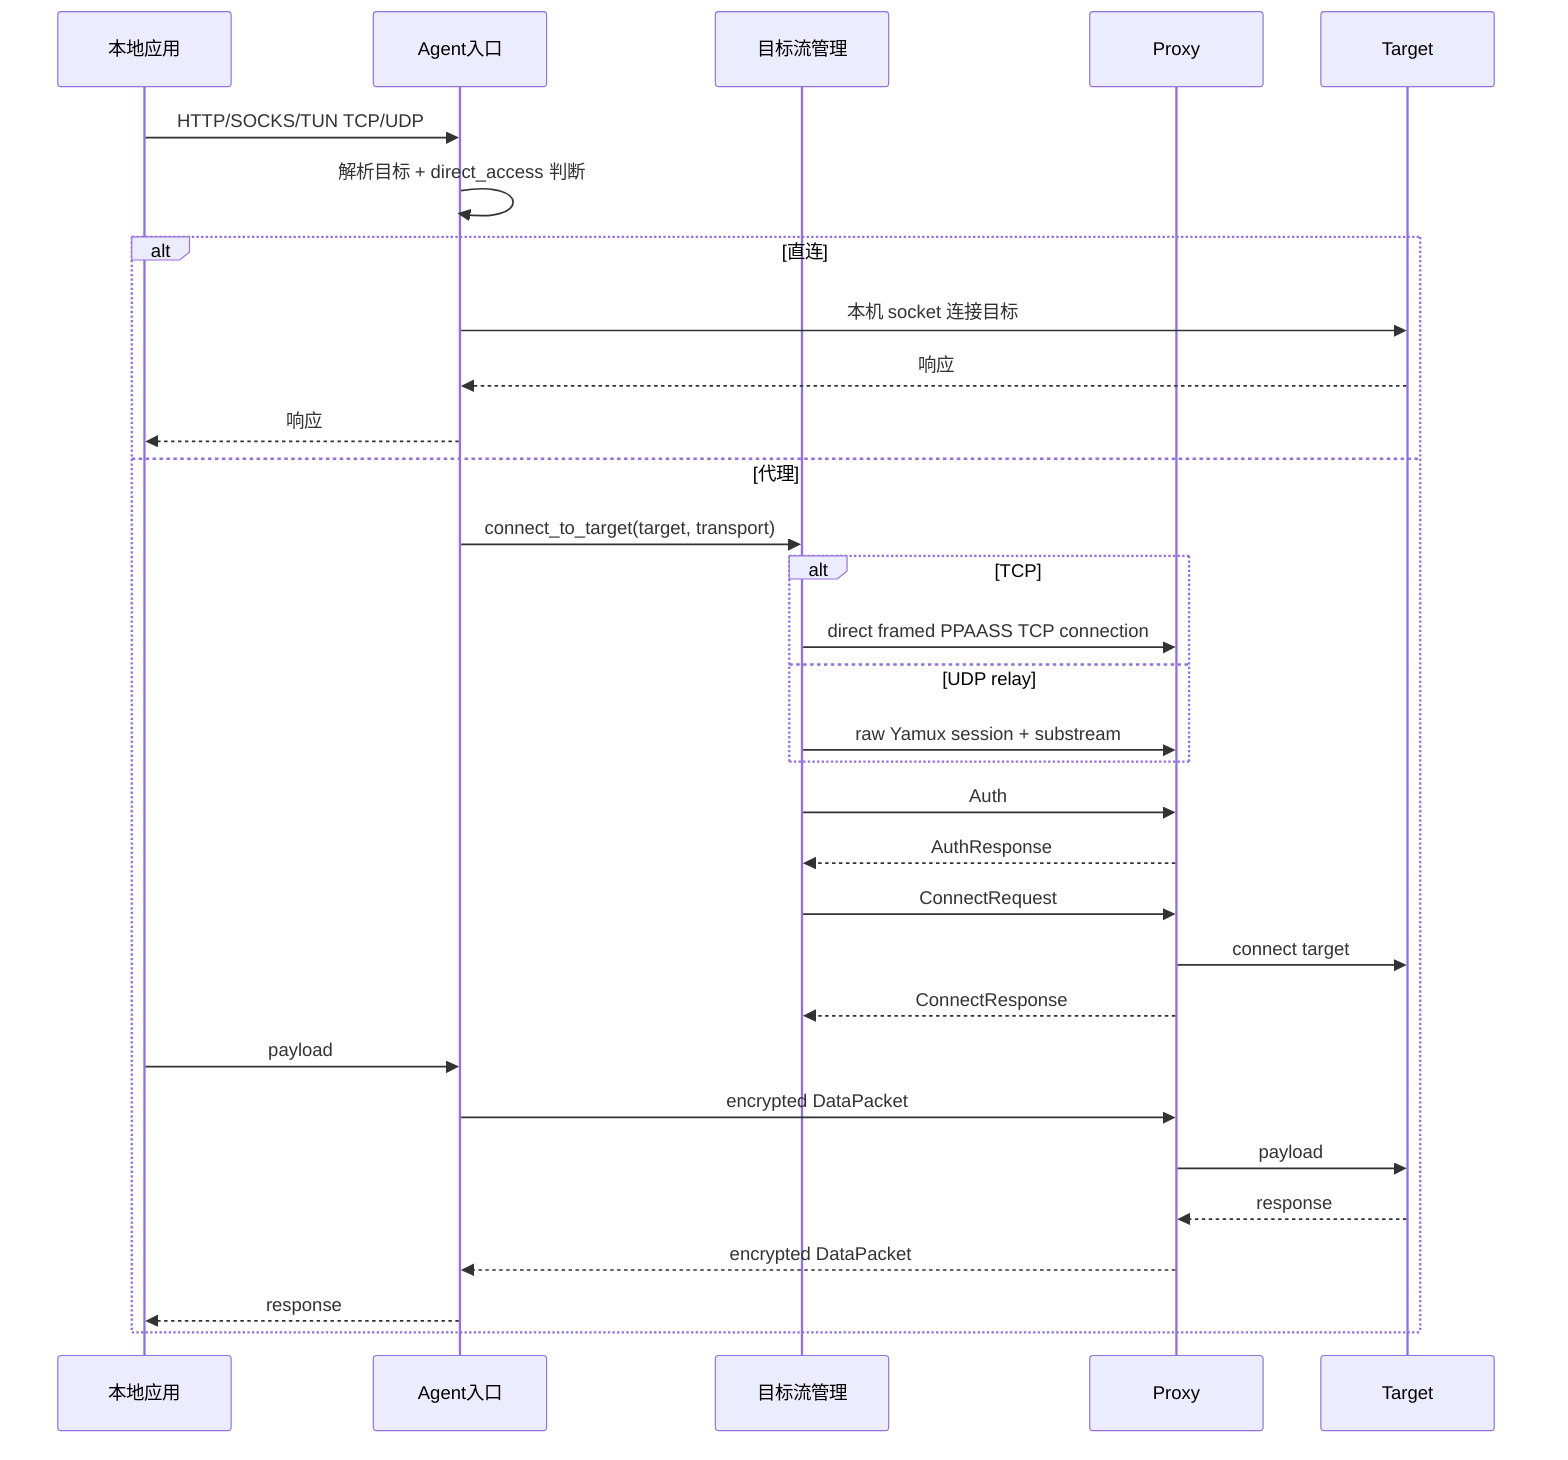
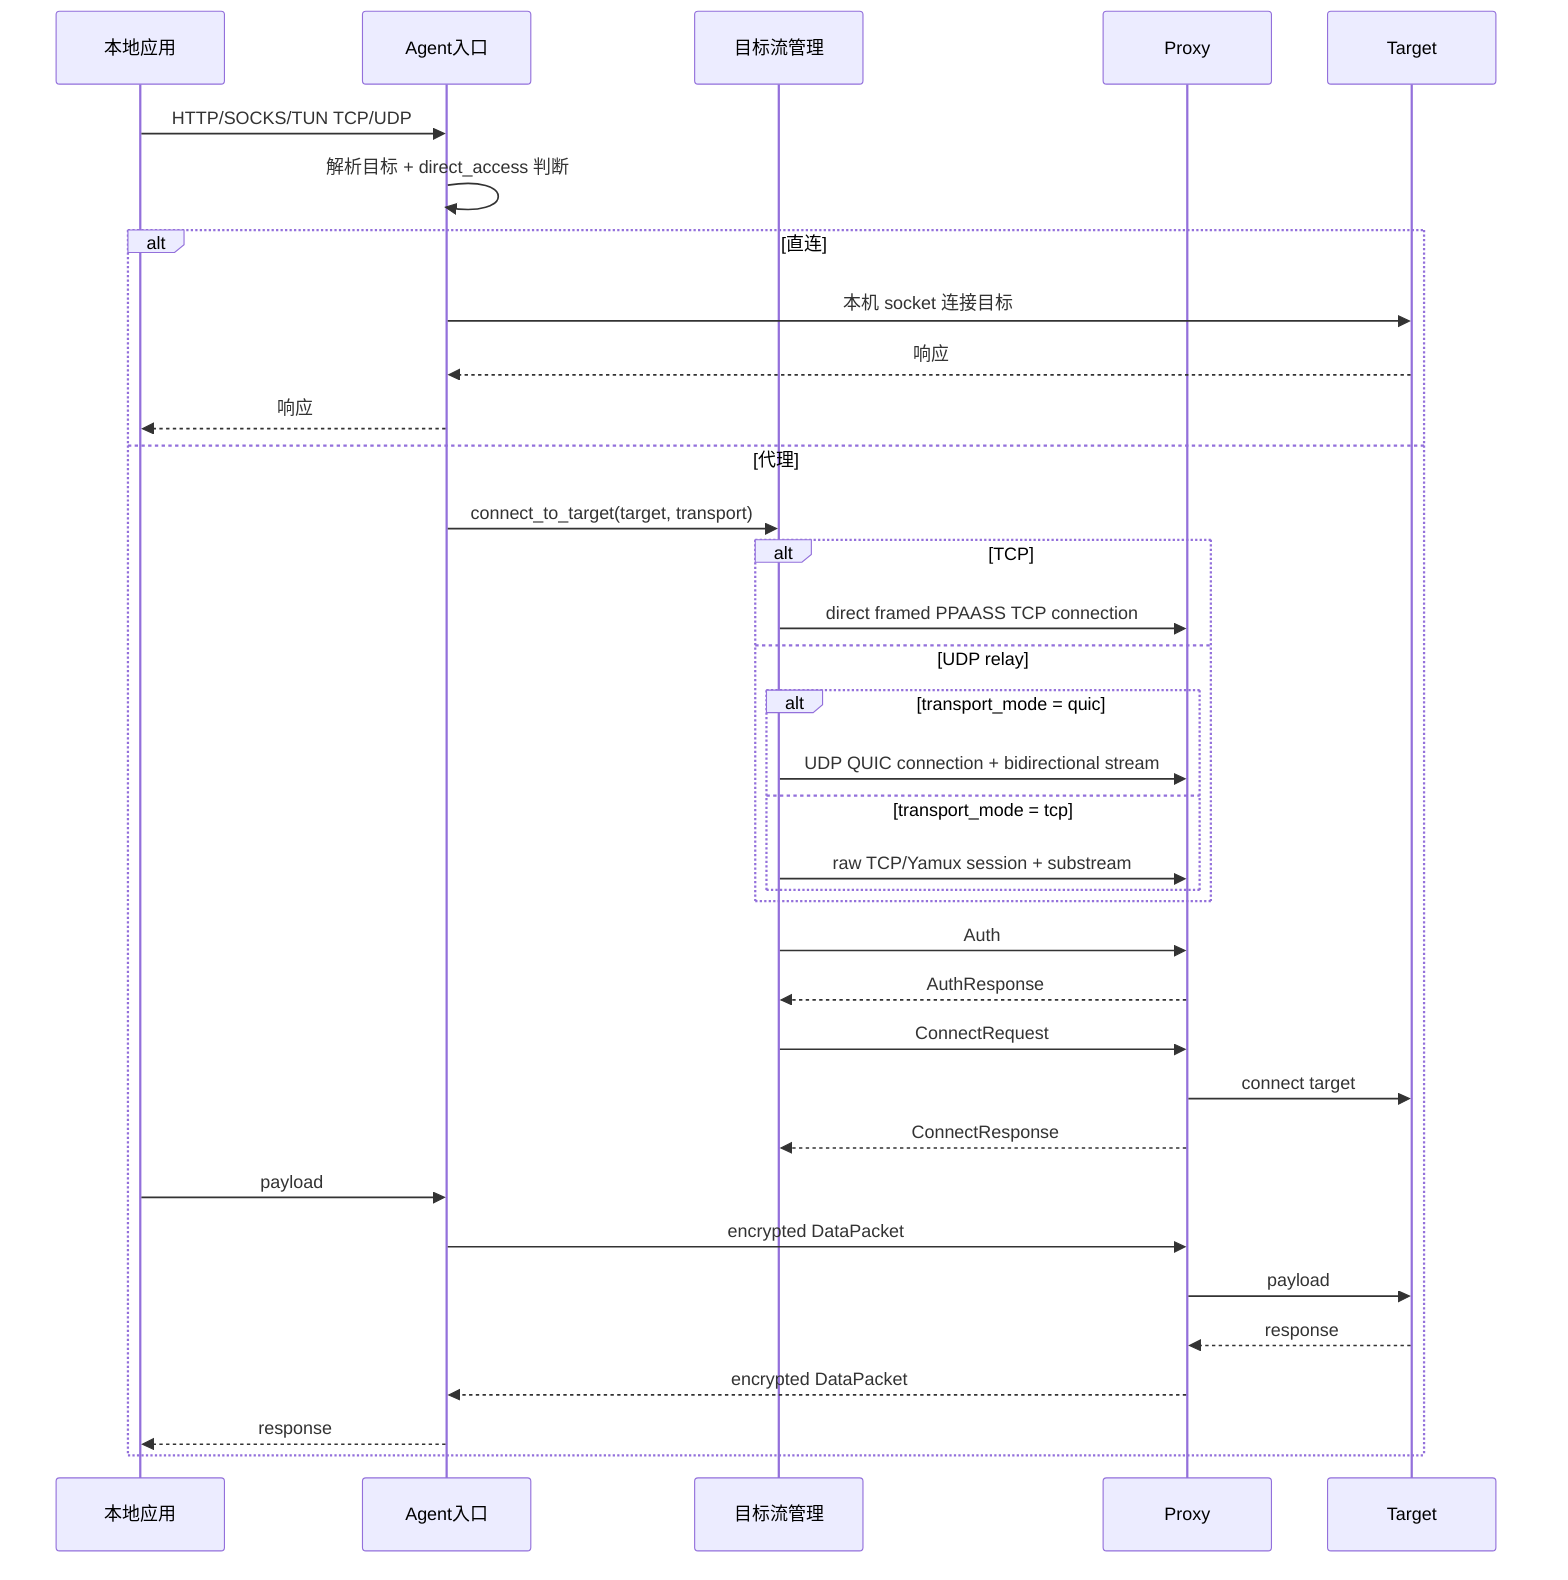
sequenceDiagram
    participant App as 本地应用
    participant Agent as Agent入口
    participant Streams as 目标流管理
    participant Proxy as Proxy
    participant Target as Target

    App->>Agent: HTTP/SOCKS/TUN TCP/UDP
    Agent->>Agent: 解析目标 + direct_access 判断
    alt 直连
        Agent->>Target: 本机 socket 连接目标
        Target-->>Agent: 响应
        Agent-->>App: 响应
    else 代理
        Agent->>Streams: connect_to_target(target, transport)
        alt TCP
            Streams->>Proxy: direct framed PPAASS TCP connection
        else UDP relay
-             Streams->>Proxy: raw Yamux session + substream
+             alt transport_mode = quic
+                 Streams->>Proxy: UDP QUIC connection + bidirectional stream
+             else transport_mode = tcp
+                 Streams->>Proxy: raw TCP/Yamux session + substream
+             end
        end
        Streams->>Proxy: Auth
        Proxy-->>Streams: AuthResponse
        Streams->>Proxy: ConnectRequest
        Proxy->>Target: connect target
        Proxy-->>Streams: ConnectResponse
        App->>Agent: payload
        Agent->>Proxy: encrypted DataPacket
        Proxy->>Target: payload
        Target-->>Proxy: response
        Proxy-->>Agent: encrypted DataPacket
        Agent-->>App: response
    end
